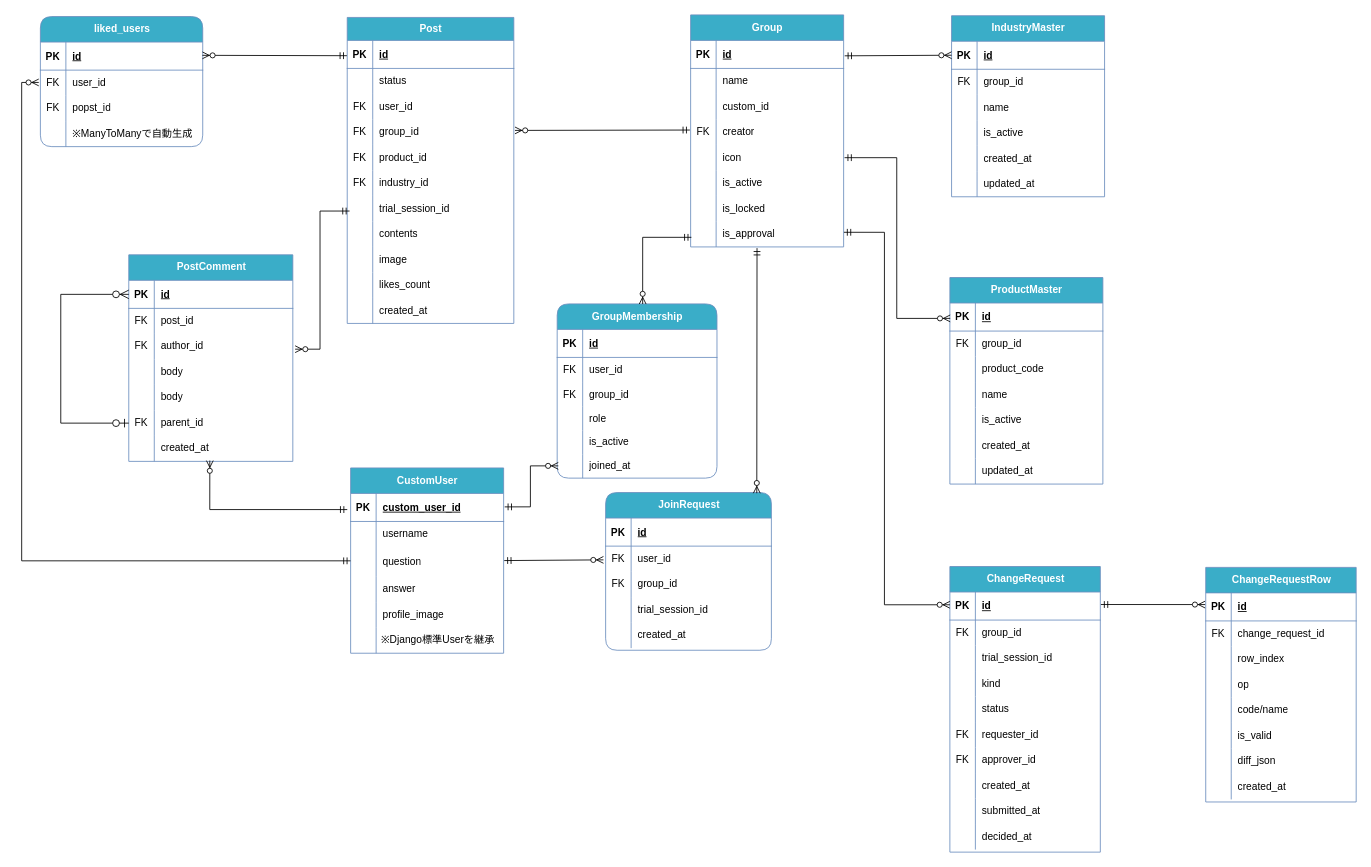
wairo8714/MySFA keeps this draw.io diagram as docs/drawio/mysfa-er.drawio. Above is the earlier version. Source tidied: cells renumbered, new cells numbered last; positions are measured from the earlier drawing's top-left corner, leaving out a move shared by most shapes. Both pictures are drawn from the tidied source at 85%, with x=0, y=0 at pixel (21, 14).
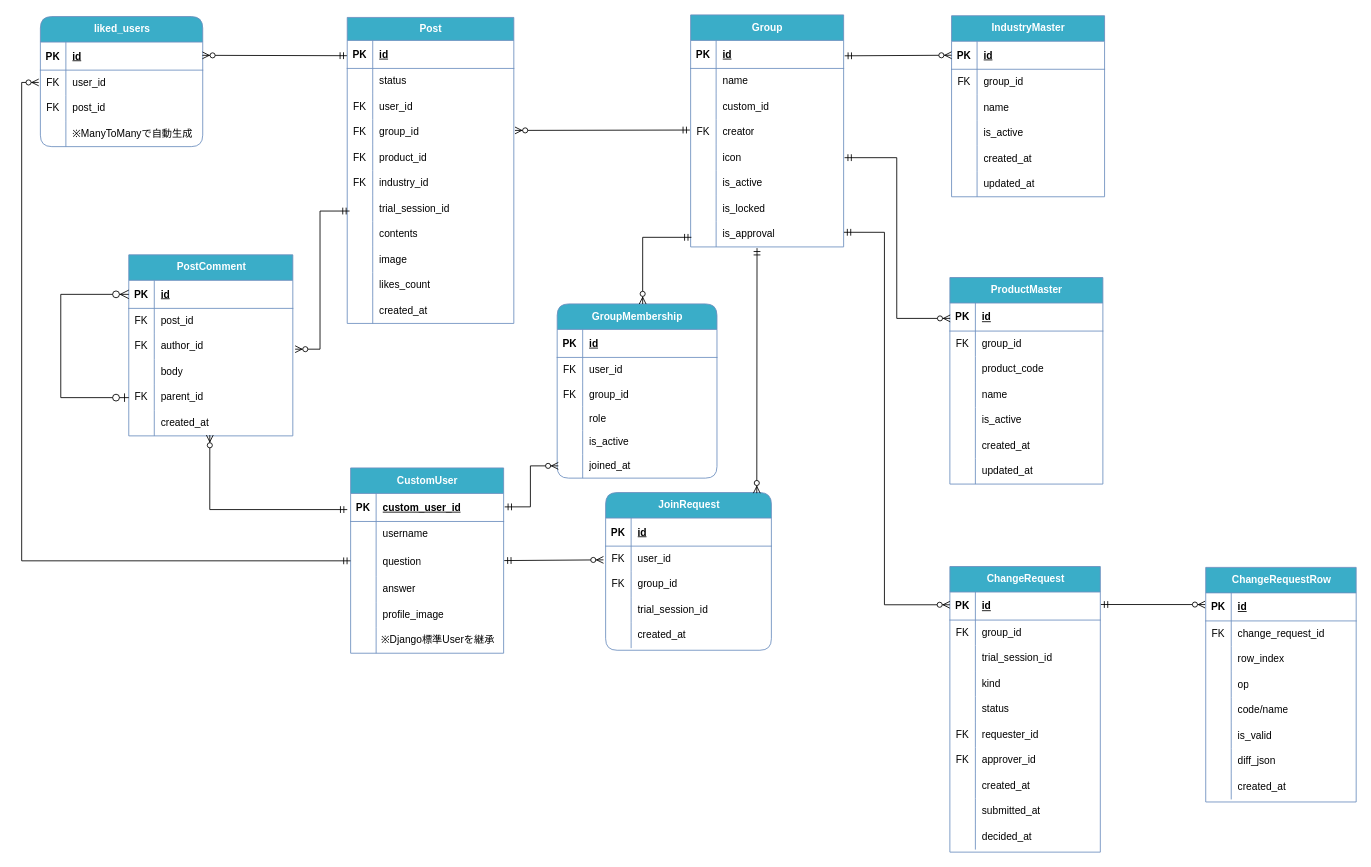
The same diagram, later.

The change refers to these unchanged cells:
```xml
<mxCell id="69" style="shape=tableRow;horizontal=0;startSize=0;swimlaneHead=0;swimlaneBody=0;fillColor=none;top=0;left=0;right=0;bottom=0;strokeColor=light-dark(#6c8ebf, #000000);" parent="62" vertex="1">
  <mxGeometry y="93" width="191" height="30" as="geometry" />
</mxCell>
<mxCell id="240" style="shape=tableRow;horizontal=0;startSize=0;swimlaneHead=0;swimlaneBody=0;fillColor=none;points=[[0,0.5],[1,0.5]];portConstraint=eastwest;top=0;left=0;right=0;bottom=1;strokeColor=light-dark(#6c8ebf, #000000);" parent="239" vertex="1">
  <mxGeometry y="30" width="193" height="33" as="geometry" />
</mxCell>
```

What changed in the source:
```diff
@@
-    <mxCell id="71" value="popst_id" style="shape=partialRectangle;fillColor=none;top=0;left=0;bottom=0;right=0;align=left;spacingLeft=6;overflow=hidden;whiteSpace=wrap;html=1;fontColor=light-dark(#000000,#000000);strokeColor=light-dark(#6c8ebf, #000000);" parent="69" vertex="1">
+    <mxCell id="71" value="post_id" style="shape=partialRectangle;fillColor=none;top=0;left=0;bottom=0;right=0;align=left;spacingLeft=6;overflow=hidden;whiteSpace=wrap;html=1;fontColor=light-dark(#000000,#000000);strokeColor=light-dark(#6c8ebf, #000000);" parent="69" vertex="1">
       <mxGeometry x="30" width="161" height="30" as="geometry" />
     </mxCell>
@@
     <mxCell id="237" style="group;" parent="1" vertex="1">
-      <mxGeometry x="128" y="280" width="192.3" height="216" as="geometry" />
+      <mxGeometry x="128" y="280" width="192.3" height="215" as="geometry" />
     </mxCell>
     <mxCell id="238" style="shape=partialRectangle;fillColor=none;top=0;left=0;bottom=0;right=0;align=center;spacingLeft=6;overflow=hidden;whiteSpace=wrap;html=1;labelBorderColor=none;perimeterSpacing=1;fontColor=light-dark(#000000,#000000);" parent="237" vertex="1">
-      <mxGeometry y="49.8" width="166.4" height="19.2" as="geometry" />
+      <mxGeometry y="49.4" width="166.4" height="19.1" as="geometry" />
     </mxCell>
     <mxCell id="239" value="&lt;font color=&quot;#ffffff&quot;&gt;PostComment&lt;/font&gt;" style="shape=table;startSize=30;childLayout=tableLayout;rowLines=0;fontStyle=1;align=center;html=1;fillColor=#3AADC8;strokeColor=light-dark(#6c8ebf, #000000);swimlaneFillColor=none;" parent="237" vertex="1">
-      <mxGeometry x="-2" y="2.3" width="193" height="243" as="geometry" />
+      <mxGeometry x="-2" y="2.3" width="193" height="213" as="geometry" />
     </mxCell>
@@
-    <mxCell id="252" style="shape=tableRow;horizontal=0;startSize=0;swimlaneHead=0;swimlaneBody=0;fillColor=none;top=0;left=0;right=0;bottom=0;strokeColor=light-dark(#6c8ebf, #000000);" parent="239" vertex="1">
-      <mxGeometry y="153" width="193" height="30" as="geometry" />
-    </mxCell>
-    <mxCell id="253" style="shape=partialRectangle;fillColor=none;top=0;left=0;bottom=0;right=0;overflow=hidden;whiteSpace=wrap;html=1;strokeColor=light-dark(#6c8ebf, #000000);" parent="252" vertex="1">
-      <mxGeometry width="30" height="30" as="geometry" />
-    </mxCell>
-    <mxCell id="254" value="body" style="shape=partialRectangle;fillColor=none;top=0;left=0;bottom=0;right=0;align=left;spacingLeft=6;overflow=hidden;whiteSpace=wrap;html=1;fontColor=light-dark(#000000,#000000);strokeColor=light-dark(#6c8ebf, #000000);" parent="252" vertex="1">
-      <mxGeometry x="30" width="163" height="30" as="geometry" />
-    </mxCell>
     <mxCell id="255" style="shape=tableRow;horizontal=0;startSize=0;swimlaneHead=0;swimlaneBody=0;fillColor=none;points=[[0,0.5],[1,0.5]];portConstraint=eastwest;top=0;left=0;right=0;bottom=0;strokeColor=light-dark(#6c8ebf, #000000);" parent="239" vertex="1">
-      <mxGeometry y="183" width="193" height="30" as="geometry" />
+      <mxGeometry y="153" width="193" height="30" as="geometry" />
     </mxCell>
@@
     <mxCell id="258" style="shape=tableRow;horizontal=0;startSize=0;swimlaneHead=0;swimlaneBody=0;fillColor=none;points=[[0,0.5],[1,0.5]];portConstraint=eastwest;top=0;left=0;right=0;bottom=0;strokeColor=light-dark(#6c8ebf, #000000);" parent="239" vertex="1">
-      <mxGeometry y="213" width="193" height="30" as="geometry" />
+      <mxGeometry y="183" width="193" height="30" as="geometry" />
     </mxCell>
@@
     <mxCell id="261" style="edgeStyle=orthogonalEdgeStyle;fontSize=12;html=1;endArrow=ERzeroToMany;startArrow=ERzeroToOne;rounded=0;startSize=8;endSize=8;exitX=0;exitY=0.5;exitDx=0;exitDy=0;entryX=0;entryY=0.5;entryDx=0;entryDy=0;" parent="239" edge="1" source="255" target="240">
       <mxGeometry relative="1" as="geometry">
         <Array as="points">
-          <mxPoint x="-80" y="198" />
+          <mxPoint x="-80" y="168" />
           <mxPoint x="-80" y="47" />
         </Array>
       </mxGeometry>
     </mxCell>
```
